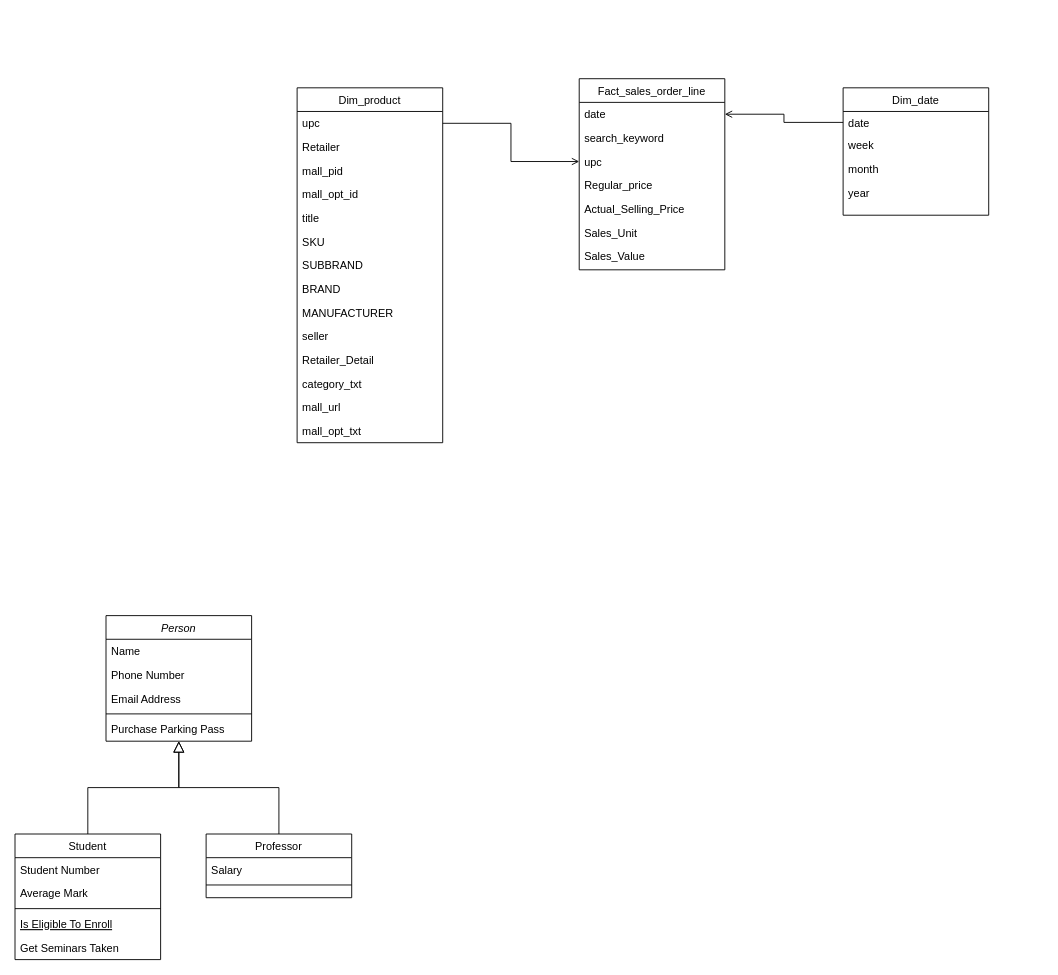
DucTran3110/data_warehouse_course keeps this draw.io diagram as NIQ Data Assessment.drawio. Above is the earlier version. Source tidied: cells renumbered, new cells numbered last; positions are measured from the earlier drawing's top-left corner, leaving out a move shared by most shapes. Both pictures are drawn from the tidied source at 91%, with x=0, y=0 at pixel (15, 78).
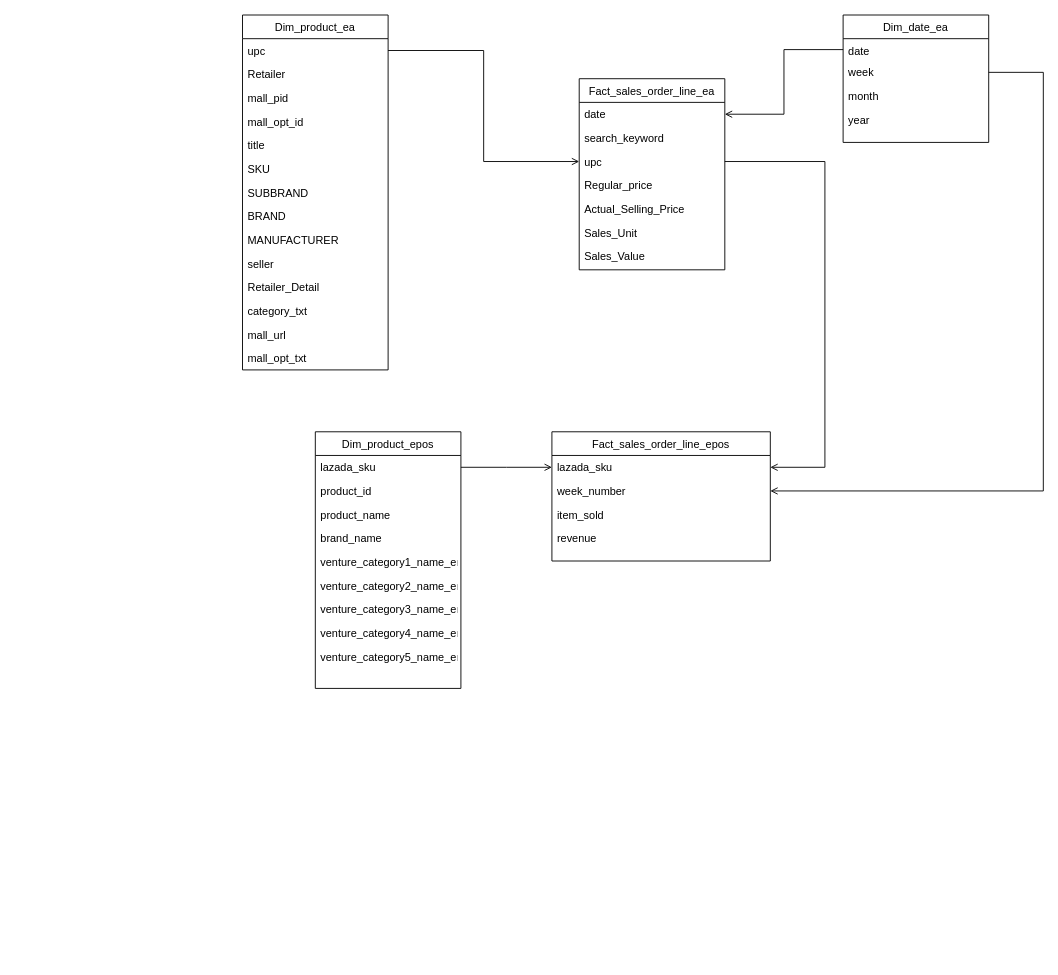
After the change.

Unchanged cells that the change refers to:
```xml
<mxCell id="22" value="upc" style="text;align=left;verticalAlign=top;spacingLeft=4;spacingRight=4;overflow=hidden;points=[[0,0.5],[1,0.5]];portConstraint=eastwest;" parent="19" vertex="1">
  <mxGeometry y="78" width="160" height="26" as="geometry" />
</mxCell>
<mxCell id="30" value="week" style="text;align=left;verticalAlign=top;spacingLeft=4;spacingRight=4;overflow=hidden;points=[[0,0.5],[1,0.5]];portConstraint=eastwest;rounded=0;shadow=0;html=0;" parent="28" vertex="1">
  <mxGeometry y="50" width="160" height="26" as="geometry" />
</mxCell>
```

The edit, as a diff of the source:
```diff
@@
-    <mxCell id="2" value="Person" style="swimlane;fontStyle=2;align=center;verticalAlign=top;horizontal=1;startSize=26;rounded=0;shadow=0;strokeWidth=1;" parent="1" vertex="1">
-      <mxGeometry x="100" y="590" width="160" height="138" as="geometry" />
-    </mxCell>
-    <mxCell id="3" value="Name" style="text;align=left;verticalAlign=top;spacingLeft=4;spacingRight=4;overflow=hidden;" parent="2" vertex="1">
-      <mxGeometry y="26" width="160" height="26" as="geometry" />
-    </mxCell>
-    <mxCell id="4" value="Phone Number" style="text;align=left;verticalAlign=top;spacingLeft=4;spacingRight=4;overflow=hidden;rounded=0;shadow=0;html=0;" parent="2" vertex="1">
-      <mxGeometry y="52" width="160" height="26" as="geometry" />
-    </mxCell>
-    <mxCell id="5" value="Email Address" style="text;align=left;verticalAlign=top;spacingLeft=4;spacingRight=4;overflow=hidden;rounded=0;shadow=0;html=0;" parent="2" vertex="1">
-      <mxGeometry y="78" width="160" height="26" as="geometry" />
-    </mxCell>
-    <mxCell id="6" style="line;html=1;strokeWidth=1;align=left;verticalAlign=middle;spacingTop=-1;spacingLeft=3;spacingRight=3;labelPosition=right;" parent="2" vertex="1">
-      <mxGeometry y="104" width="160" height="8" as="geometry" />
-    </mxCell>
-    <mxCell id="7" value="Purchase Parking Pass" style="text;align=left;verticalAlign=top;spacingLeft=4;spacingRight=4;overflow=hidden;" parent="2" vertex="1">
-      <mxGeometry y="112" width="160" height="26" as="geometry" />
-    </mxCell>
-    <mxCell id="8" value="Student" style="swimlane;fontStyle=0;align=center;verticalAlign=top;horizontal=1;startSize=26;rounded=0;shadow=0;strokeWidth=1;" parent="1" vertex="1">
-      <mxGeometry y="830" width="160" height="138" as="geometry" />
-    </mxCell>
-    <mxCell id="9" value="Student Number" style="text;align=left;verticalAlign=top;spacingLeft=4;spacingRight=4;overflow=hidden;" parent="8" vertex="1">
-      <mxGeometry y="26" width="160" height="26" as="geometry" />
-    </mxCell>
-    <mxCell id="10" value="Average Mark" style="text;align=left;verticalAlign=top;spacingLeft=4;spacingRight=4;overflow=hidden;rounded=0;shadow=0;html=0;" parent="8" vertex="1">
-      <mxGeometry y="52" width="160" height="26" as="geometry" />
-    </mxCell>
-    <mxCell id="11" style="line;html=1;strokeWidth=1;align=left;verticalAlign=middle;spacingTop=-1;spacingLeft=3;spacingRight=3;labelPosition=right;" parent="8" vertex="1">
-      <mxGeometry y="78" width="160" height="8" as="geometry" />
-    </mxCell>
-    <mxCell id="12" value="Is Eligible To Enroll" style="text;align=left;verticalAlign=top;spacingLeft=4;spacingRight=4;overflow=hidden;fontStyle=4;" parent="8" vertex="1">
-      <mxGeometry y="86" width="160" height="26" as="geometry" />
-    </mxCell>
-    <mxCell id="13" value="Get Seminars Taken" style="text;align=left;verticalAlign=top;spacingLeft=4;spacingRight=4;overflow=hidden;" parent="8" vertex="1">
-      <mxGeometry y="112" width="160" height="26" as="geometry" />
-    </mxCell>
-    <mxCell id="14" style="endArrow=block;endSize=10;endFill=0;shadow=0;strokeWidth=1;rounded=0;edgeStyle=elbowEdgeStyle;elbow=vertical;" parent="1" edge="1" source="8" target="2">
-      <mxGeometry relative="1" as="geometry" />
-    </mxCell>
-    <mxCell id="15" value="Professor" style="swimlane;fontStyle=0;align=center;verticalAlign=top;horizontal=1;startSize=26;rounded=0;shadow=0;strokeWidth=1;" parent="1" vertex="1">
-      <mxGeometry x="210" y="830" width="160" height="70" as="geometry" />
-    </mxCell>
-    <mxCell id="16" value="Salary" style="text;align=left;verticalAlign=top;spacingLeft=4;spacingRight=4;overflow=hidden;" parent="15" vertex="1">
-      <mxGeometry y="26" width="160" height="26" as="geometry" />
-    </mxCell>
-    <mxCell id="17" style="line;html=1;strokeWidth=1;align=left;verticalAlign=middle;spacingTop=-1;spacingLeft=3;spacingRight=3;labelPosition=right;" parent="15" vertex="1">
-      <mxGeometry y="52" width="160" height="8" as="geometry" />
-    </mxCell>
-    <mxCell id="18" style="endArrow=block;endSize=10;endFill=0;shadow=0;strokeWidth=1;rounded=0;edgeStyle=elbowEdgeStyle;elbow=vertical;" parent="1" edge="1" source="15" target="2">
-      <mxGeometry relative="1" as="geometry" />
-    </mxCell>
-    <mxCell id="19" value="Fact_sales_order_line" style="swimlane;fontStyle=0;align=center;verticalAlign=top;horizontal=1;startSize=26;rounded=0;shadow=0;strokeWidth=1;" parent="1" vertex="1">
+    <mxCell id="19" value="Fact_sales_order_line_ea" style="swimlane;fontStyle=0;align=center;verticalAlign=top;horizontal=1;startSize=26;rounded=0;shadow=0;strokeWidth=1;" parent="1" vertex="1">
       <mxGeometry x="620" width="160" height="210" as="geometry" />
     </mxCell>
@@
-    <mxCell id="28" value="Dim_date" style="swimlane;fontStyle=0;align=center;verticalAlign=top;horizontal=1;startSize=26;rounded=0;shadow=0;strokeWidth=1;" parent="1" vertex="1">
-      <mxGeometry x="910" y="10" width="160" height="140" as="geometry" />
+    <mxCell id="28" value="Dim_date_ea" style="swimlane;fontStyle=0;align=center;verticalAlign=top;horizontal=1;startSize=26;rounded=0;shadow=0;strokeWidth=1;" parent="1" vertex="1">
+      <mxGeometry x="910" y="-70" width="160" height="140" as="geometry" />
     </mxCell>
@@
-    <mxCell id="33" value="Dim_product" style="swimlane;fontStyle=0;align=center;verticalAlign=top;horizontal=1;startSize=26;rounded=0;shadow=0;strokeWidth=1;" parent="1" vertex="1">
-      <mxGeometry x="310" y="10" width="160" height="390" as="geometry" />
+    <mxCell id="33" value="Dim_product_ea" style="swimlane;fontStyle=0;align=center;verticalAlign=top;horizontal=1;startSize=26;rounded=0;shadow=0;strokeWidth=1;" parent="1" vertex="1">
+      <mxGeometry x="250" y="-70" width="160" height="390" as="geometry" />
     </mxCell>
@@
+    <mxCell id="49" value="Fact_sales_order_line_epos" style="swimlane;fontStyle=0;align=center;verticalAlign=top;horizontal=1;startSize=26;rounded=0;shadow=0;strokeWidth=1;" parent="1" vertex="1">
+      <mxGeometry x="590" y="388" width="240" height="142" as="geometry" />
+    </mxCell>
+    <mxCell id="50" value="lazada_sku" style="text;align=left;verticalAlign=top;spacingLeft=4;spacingRight=4;overflow=hidden;points=[[0,0.5],[1,0.5]];portConstraint=eastwest;" parent="49" vertex="1">
+      <mxGeometry y="26" width="240" height="26" as="geometry" />
+    </mxCell>
+    <mxCell id="51" value="week_number" style="text;align=left;verticalAlign=top;spacingLeft=4;spacingRight=4;overflow=hidden;points=[[0,0.5],[1,0.5]];portConstraint=eastwest;rounded=0;shadow=0;html=0;" parent="49" vertex="1">
+      <mxGeometry y="52" width="240" height="26" as="geometry" />
+    </mxCell>
+    <mxCell id="52" value="item_sold" style="text;align=left;verticalAlign=top;spacingLeft=4;spacingRight=4;overflow=hidden;" parent="49" vertex="1">
+      <mxGeometry y="78" width="240" height="26" as="geometry" />
+    </mxCell>
+    <mxCell id="53" value="revenue" style="text;align=left;verticalAlign=top;spacingLeft=4;spacingRight=4;overflow=hidden;" parent="49" vertex="1">
+      <mxGeometry y="104" width="240" height="26" as="geometry" />
+    </mxCell>
+    <mxCell id="54" style="endArrow=open;shadow=0;strokeWidth=1;rounded=0;endFill=1;edgeStyle=elbowEdgeStyle;entryX=1;entryY=0.5;entryDx=0;entryDy=0;exitX=1;exitY=0.5;exitDx=0;exitDy=0;" parent="1" edge="1" source="22" target="50">
+      <mxGeometry x="0.5" y="41" relative="1" as="geometry">
+        <Array as="points">
+          <mxPoint x="890" y="250" />
+        </Array>
+        <mxPoint x="-40" y="32" as="offset" />
+      </mxGeometry>
+    </mxCell>
+    <mxCell id="55" value="Dim_product_epos" style="swimlane;fontStyle=0;align=center;verticalAlign=top;horizontal=1;startSize=26;rounded=0;shadow=0;strokeWidth=1;" parent="1" vertex="1">
+      <mxGeometry x="330" y="388" width="160" height="282" as="geometry" />
+    </mxCell>
+    <mxCell id="56" value="lazada_sku" style="text;align=left;verticalAlign=top;spacingLeft=4;spacingRight=4;overflow=hidden;points=[[0,0.5],[1,0.5]];portConstraint=eastwest;" parent="55" vertex="1">
+      <mxGeometry y="26" width="160" height="26" as="geometry" />
+    </mxCell>
+    <mxCell id="57" value="product_id" style="text;align=left;verticalAlign=top;spacingLeft=4;spacingRight=4;overflow=hidden;" parent="55" vertex="1">
+      <mxGeometry y="52" width="160" height="26" as="geometry" />
+    </mxCell>
+    <mxCell id="58" value="product_name" style="text;align=left;verticalAlign=top;spacingLeft=4;spacingRight=4;overflow=hidden;" parent="55" vertex="1">
+      <mxGeometry y="78" width="160" height="26" as="geometry" />
+    </mxCell>
+    <mxCell id="59" value="brand_name" style="text;align=left;verticalAlign=top;spacingLeft=4;spacingRight=4;overflow=hidden;" parent="55" vertex="1">
+      <mxGeometry y="104" width="160" height="26" as="geometry" />
+    </mxCell>
+    <mxCell id="60" value="venture_category1_name_en" style="text;align=left;verticalAlign=top;spacingLeft=4;spacingRight=4;overflow=hidden;" parent="55" vertex="1">
+      <mxGeometry y="130" width="160" height="26" as="geometry" />
+    </mxCell>
+    <mxCell id="61" value="venture_category2_name_en" style="text;align=left;verticalAlign=top;spacingLeft=4;spacingRight=4;overflow=hidden;" parent="55" vertex="1">
+      <mxGeometry y="156" width="160" height="26" as="geometry" />
+    </mxCell>
+    <mxCell id="62" value="venture_category3_name_en" style="text;align=left;verticalAlign=top;spacingLeft=4;spacingRight=4;overflow=hidden;" parent="55" vertex="1">
+      <mxGeometry y="182" width="160" height="26" as="geometry" />
+    </mxCell>
+    <mxCell id="63" value="venture_category4_name_en" style="text;align=left;verticalAlign=top;spacingLeft=4;spacingRight=4;overflow=hidden;" parent="55" vertex="1">
+      <mxGeometry y="208" width="160" height="26" as="geometry" />
+    </mxCell>
+    <mxCell id="64" value="venture_category5_name_en" style="text;align=left;verticalAlign=top;spacingLeft=4;spacingRight=4;overflow=hidden;" parent="55" vertex="1">
+      <mxGeometry y="234" width="160" height="26" as="geometry" />
+    </mxCell>
+    <mxCell id="65" style="endArrow=open;shadow=0;strokeWidth=1;rounded=0;endFill=1;edgeStyle=elbowEdgeStyle;entryX=1;entryY=0.5;entryDx=0;entryDy=0;exitX=1;exitY=0.5;exitDx=0;exitDy=0;" parent="1" edge="1" source="30" target="51">
+      <mxGeometry x="0.5" y="41" relative="1" as="geometry">
+        <Array as="points">
+          <mxPoint x="1130" y="210" />
+        </Array>
+        <mxPoint x="-40" y="32" as="offset" />
+      </mxGeometry>
+    </mxCell>
+    <mxCell id="66" style="endArrow=open;shadow=0;strokeWidth=1;rounded=0;endFill=1;edgeStyle=elbowEdgeStyle;exitX=1;exitY=0.5;exitDx=0;exitDy=0;" parent="1" edge="1" source="56">
+      <mxGeometry x="0.5" y="41" relative="1" as="geometry">
+        <mxPoint x="590" y="427" as="targetPoint" />
+        <mxPoint x="-40" y="32" as="offset" />
+      </mxGeometry>
+    </mxCell>
```
